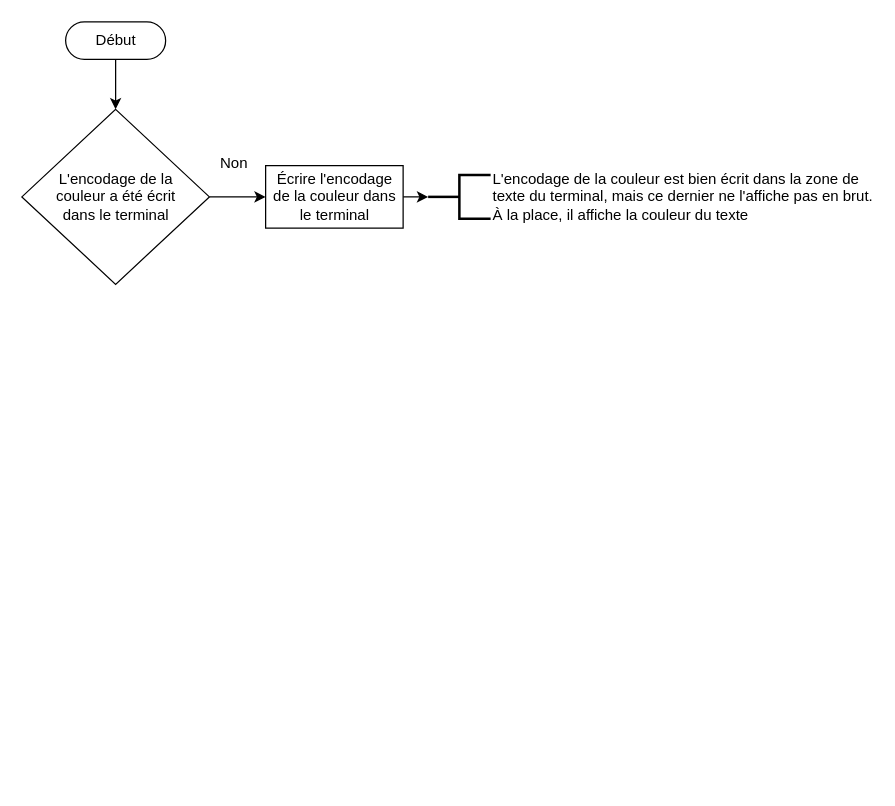
Before: Graphiques/Fonctions/DrawLine.drawio in DimitriObeid/Linux-reinstall, a draw.io diagram. Source tidied: cells renumbered, new cells numbered last; positions are measured from the earlier drawing's top-left corner, leaving out a move shared by most shapes. Both pictures are drawn from the tidied source at 125%, with x=0, y=0 at pixel (21, 21).
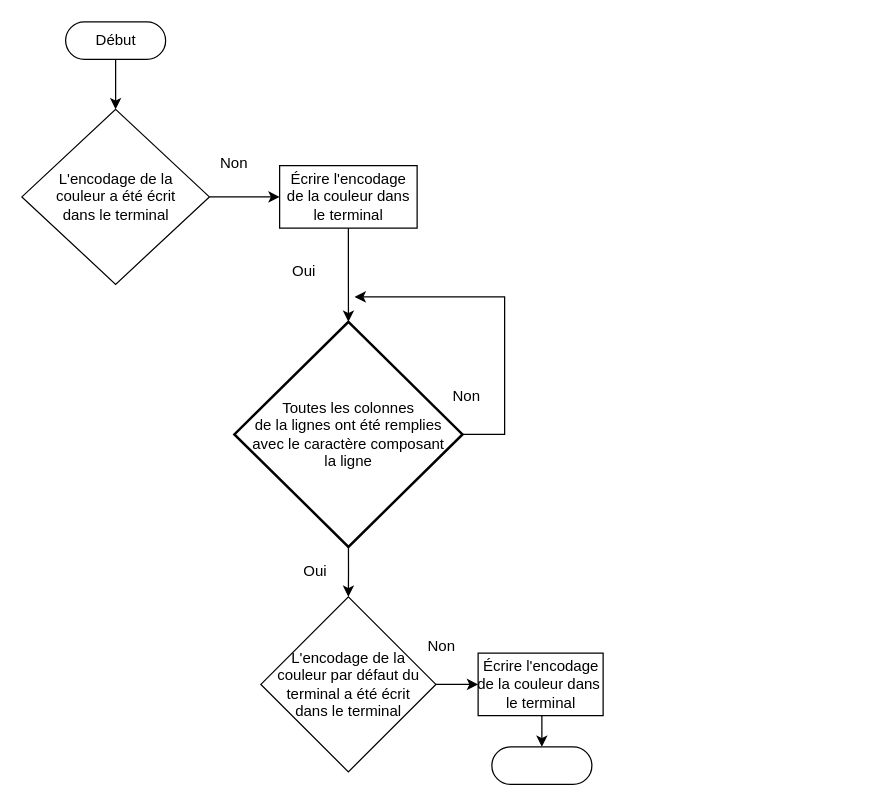
Above is the later version.

Diff of the diagram source:
```diff
@@
-    <mxCell id="6" style="edgeStyle=orthogonalEdgeStyle;rounded=0;jettySize=auto;html=1;exitX=1;exitY=0.5;exitDx=0;exitDy=0;entryX=0;entryY=0.5;entryDx=0;entryDy=0;entryPerimeter=0;" parent="1" edge="1" source="7" target="8">
-      <mxGeometry relative="1" as="geometry" />
-    </mxCell>
+    <mxCell id="10" style="edgeStyle=orthogonalEdgeStyle;rounded=0;jettySize=auto;html=1;exitX=0.5;exitY=1;exitDx=0;exitDy=0;entryX=0.5;entryY=0;entryDx=0;entryDy=0;entryPerimeter=0;" parent="1" edge="1" source="7" target="13">
+      <mxGeometry relative="1" as="geometry" />
+    </mxCell>
     <mxCell id="7" value="Écrire l'encodage&lt;br&gt;de la couleur dans &lt;br&gt;le terminal" style="html=1;dashed=0;whitespace=wrap;" parent="1" vertex="1">
-      <mxGeometry x="195" y="115" width="110" height="50" as="geometry" />
+      <mxGeometry x="206.2" y="115" width="110" height="50" as="geometry" />
     </mxCell>
-    <mxCell id="8" value="L'encodage de la couleur est bien écrit dans la zone de &lt;br&gt;texte du terminal, mais ce dernier ne l'affiche pas en&amp;nbsp;brut.&lt;br&gt;À la place, il affiche la couleur du texte" style="strokeWidth=2;html=1;shape=mxgraph.flowchart.annotation_2;align=left;labelPosition=right;" parent="1" vertex="1">
-      <mxGeometry x="325" y="122.5" width="50" height="35" as="geometry" />
-    </mxCell>
@@
+    <mxCell id="11" style="edgeStyle=orthogonalEdgeStyle;rounded=0;jettySize=auto;html=1;exitX=1;exitY=0.5;exitDx=0;exitDy=0;exitPerimeter=0;" parent="1" edge="1" source="13">
+      <mxGeometry relative="1" as="geometry">
+        <mxPoint x="266.2" y="220" as="targetPoint" />
+        <Array as="points">
+          <mxPoint x="386.2" y="330" />
+          <mxPoint x="386.2" y="220" />
+        </Array>
+      </mxGeometry>
+    </mxCell>
+    <mxCell id="12" style="edgeStyle=orthogonalEdgeStyle;rounded=0;jettySize=auto;html=1;exitX=0.5;exitY=1;exitDx=0;exitDy=0;exitPerimeter=0;entryX=0.5;entryY=0;entryDx=0;entryDy=0;" parent="1" edge="1" source="13" target="18">
+      <mxGeometry relative="1" as="geometry" />
+    </mxCell>
+    <mxCell id="13" value="Toutes les colonnes&lt;br&gt;de la lignes ont été remplies&lt;br&gt;avec le caractère composant&lt;br&gt;la ligne" style="strokeWidth=2;html=1;shape=mxgraph.flowchart.decision;whiteSpace=wrap;" parent="1" vertex="1">
+      <mxGeometry x="170" y="240" width="182.5" height="180" as="geometry" />
+    </mxCell>
+    <mxCell id="14" value="Non" style="text;html=1;strokeColor=none;fillColor=none;align=center;verticalAlign=middle;whiteSpace=wrap;rounded=0;" parent="1" vertex="1">
+      <mxGeometry x="336.2" y="290" width="40" height="20" as="geometry" />
+    </mxCell>
+    <mxCell id="15" value="Oui" style="text;html=1;strokeColor=none;fillColor=none;align=center;verticalAlign=middle;whiteSpace=wrap;rounded=0;" parent="1" vertex="1">
+      <mxGeometry x="206.2" y="190" width="40" height="20" as="geometry" />
+    </mxCell>
+    <mxCell id="16" value="Oui" style="text;html=1;strokeColor=none;fillColor=none;align=center;verticalAlign=middle;whiteSpace=wrap;rounded=0;" parent="1" vertex="1">
+      <mxGeometry x="215" y="430" width="40" height="20" as="geometry" />
+    </mxCell>
+    <mxCell id="17" style="edgeStyle=orthogonalEdgeStyle;rounded=0;jettySize=auto;html=1;exitX=1;exitY=0.5;exitDx=0;exitDy=0;" parent="1" edge="1" source="18" target="20">
+      <mxGeometry relative="1" as="geometry" />
+    </mxCell>
+    <mxCell id="18" value="L'encodage de la&lt;br&gt;couleur par défaut du&lt;br&gt;terminal a été écrit&lt;br&gt;dans le terminal" style="shape=rhombus;html=1;dashed=0;whitespace=wrap;perimeter=rhombusPerimeter;" parent="1" vertex="1">
+      <mxGeometry x="191.2" y="460" width="140" height="140" as="geometry" />
+    </mxCell>
+    <mxCell id="19" style="edgeStyle=orthogonalEdgeStyle;rounded=0;jettySize=auto;html=1;exitX=0.5;exitY=1;exitDx=0;exitDy=0;entryX=0.5;entryY=0.5;entryDx=0;entryDy=-15;entryPerimeter=0;" parent="1" edge="1" source="20" target="22">
+      <mxGeometry relative="1" as="geometry" />
+    </mxCell>
+    <mxCell id="20" value="Écrire l'encodage&lt;br&gt;de la couleur dans&amp;nbsp;&lt;br&gt;le terminal" style="html=1;dashed=0;whitespace=wrap;" parent="1" vertex="1">
+      <mxGeometry x="365" y="505" width="100" height="50" as="geometry" />
+    </mxCell>
+    <mxCell id="21" value="Non" style="text;html=1;strokeColor=none;fillColor=none;align=center;verticalAlign=middle;whiteSpace=wrap;rounded=0;" parent="1" vertex="1">
+      <mxGeometry x="316" y="490" width="40" height="20" as="geometry" />
+    </mxCell>
+    <mxCell id="22" style="html=1;dashed=0;whitespace=wrap;shape=mxgraph.dfd.start;" parent="1" vertex="1">
+      <mxGeometry x="376" y="580" width="80" height="30" as="geometry" />
+    </mxCell>
```
